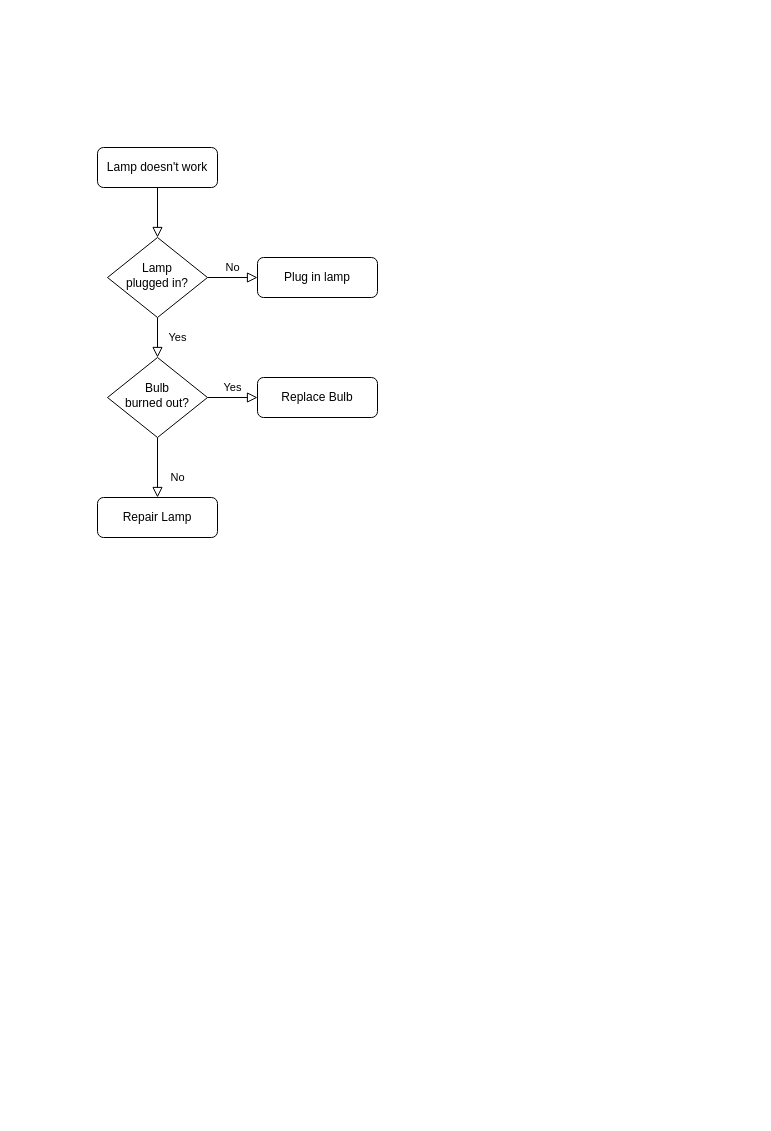
This is CarbSwapInsurance.drawio from Carbon-Labs/Diagrams, a draw.io file, before an edit. Source tidied: cells renumbered, new cells numbered last; positions are measured from the earlier drawing's top-left corner, leaving out a move shared by most shapes. Both pictures are drawn from the tidied source at 100%, with x=0, y=0 at pixel (97, 147).
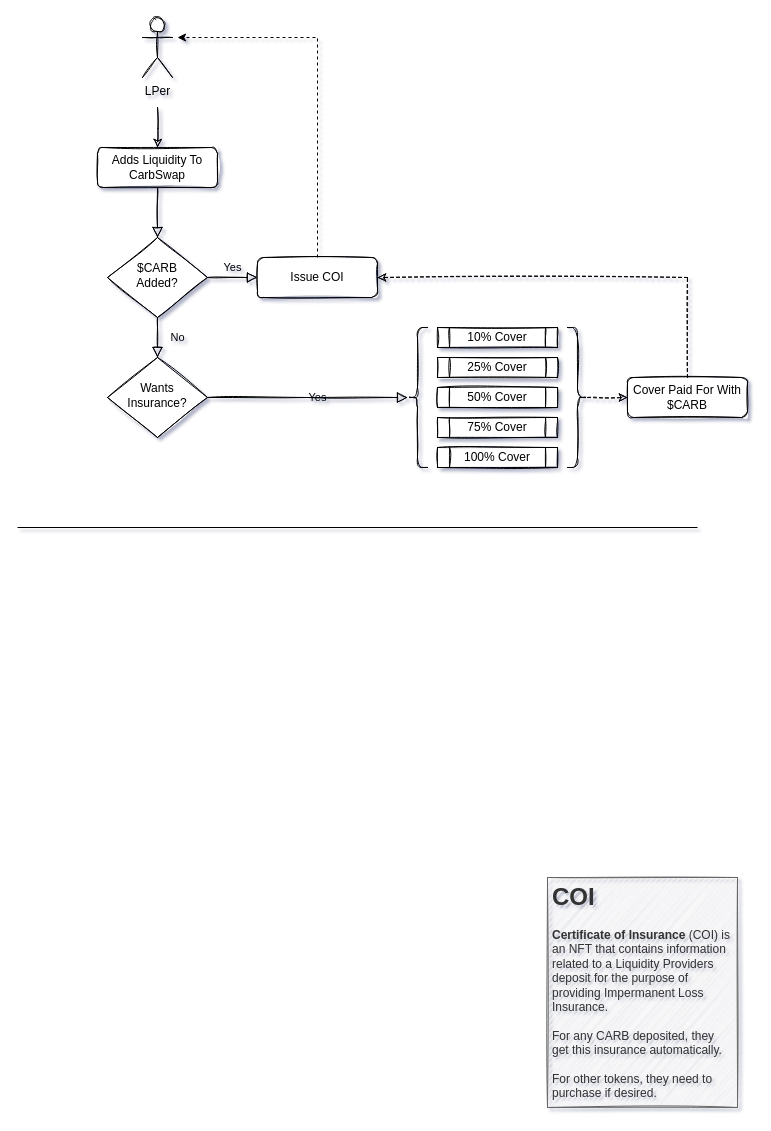
The same page after the edit.

Diff of the diagram source:
```diff
@@
-<mxGraphModel>
+<mxGraphModel shadow="1">
@@
-    <mxCell id="2" style="rounded=0;html=1;jettySize=auto;fontSize=11;endArrow=block;endFill=0;endSize=8;strokeWidth=1;shadow=0;labelBackgroundColor=none;edgeStyle=orthogonalEdgeStyle;" parent="1" edge="1" source="3" target="6">
+    <mxCell id="2" style="rounded=0;html=1;jettySize=auto;fontSize=11;endArrow=block;endFill=0;endSize=8;strokeWidth=1;shadow=0;labelBackgroundColor=none;edgeStyle=orthogonalEdgeStyle;sketch=1;" parent="1" edge="1" source="3" target="6">
       <mxGeometry relative="1" as="geometry" />
     </mxCell>
-    <mxCell id="3" value="Lamp doesn't work" style="rounded=1;whiteSpace=wrap;html=1;fontSize=12;glass=0;strokeWidth=1;shadow=0;" parent="1" vertex="1">
+    <mxCell id="3" value="Adds Liquidity To&lt;br&gt;CarbSwap" style="rounded=1;whiteSpace=wrap;html=1;fontSize=12;glass=0;strokeWidth=1;shadow=0;sketch=1;" parent="1" vertex="1">
       <mxGeometry width="120" height="40" as="geometry" />
     </mxCell>
-    <mxCell id="4" value="Yes" style="rounded=0;html=1;jettySize=auto;fontSize=11;endArrow=block;endFill=0;endSize=8;strokeWidth=1;shadow=0;labelBackgroundColor=none;edgeStyle=orthogonalEdgeStyle;" parent="1" edge="1" source="6" target="10">
+    <mxCell id="4" value="No" style="rounded=0;html=1;jettySize=auto;fontSize=11;endArrow=block;endFill=0;endSize=8;strokeWidth=1;shadow=0;labelBackgroundColor=none;edgeStyle=orthogonalEdgeStyle;sketch=1;" parent="1" edge="1" source="6" target="10">
       <mxGeometry y="20" relative="1" as="geometry" />
     </mxCell>
-    <mxCell id="5" value="No" style="edgeStyle=orthogonalEdgeStyle;rounded=0;html=1;jettySize=auto;fontSize=11;endArrow=block;endFill=0;endSize=8;strokeWidth=1;shadow=0;labelBackgroundColor=none;" parent="1" edge="1" source="6" target="7">
+    <mxCell id="5" value="Yes" style="edgeStyle=orthogonalEdgeStyle;rounded=0;html=1;jettySize=auto;fontSize=11;endArrow=block;endFill=0;endSize=8;strokeWidth=1;shadow=0;labelBackgroundColor=none;sketch=1;" parent="1" edge="1" source="6" target="7">
       <mxGeometry y="10" relative="1" as="geometry" />
     </mxCell>
-    <mxCell id="6" value="Lamp&lt;br&gt;plugged in?" style="rhombus;whiteSpace=wrap;html=1;shadow=0;fontFamily=Helvetica;fontSize=12;align=center;strokeWidth=1;spacing=6;spacingTop=-4;" parent="1" vertex="1">
+    <mxCell id="6" value="$CARB&lt;br&gt;Added?" style="rhombus;whiteSpace=wrap;html=1;shadow=0;fontFamily=Helvetica;fontSize=12;align=center;strokeWidth=1;spacing=6;spacingTop=-4;sketch=1;" parent="1" vertex="1">
       <mxGeometry x="10" y="90" width="100" height="80" as="geometry" />
     </mxCell>
+    <mxCell id="13" style="edgeStyle=orthogonalEdgeStyle;rounded=0;jettySize=auto;html=1;exitX=0.5;exitY=0;exitDx=0;exitDy=0;dashed=1;sketch=0;" parent="1" edge="1" source="7">
+      <mxGeometry relative="1" as="geometry">
+        <mxPoint x="80" y="-110" as="targetPoint" />
+        <Array as="points">
+          <mxPoint x="220" y="-110" />
+          <mxPoint x="80" y="-110" />
+        </Array>
+      </mxGeometry>
+    </mxCell>
-    <mxCell id="7" value="Plug in lamp" style="rounded=1;whiteSpace=wrap;html=1;fontSize=12;glass=0;strokeWidth=1;shadow=0;" parent="1" vertex="1">
+    <mxCell id="7" value="Issue COI" style="rounded=1;whiteSpace=wrap;html=1;fontSize=12;glass=0;strokeWidth=1;shadow=0;sketch=1;" parent="1" vertex="1">
       <mxGeometry x="160" y="110" width="120" height="40" as="geometry" />
     </mxCell>
-    <mxCell id="8" value="No" style="rounded=0;html=1;jettySize=auto;fontSize=11;endArrow=block;endFill=0;endSize=8;strokeWidth=1;shadow=0;labelBackgroundColor=none;edgeStyle=orthogonalEdgeStyle;" parent="1" edge="1" source="10" target="11">
-      <mxGeometry x="0.33" y="20" relative="1" as="geometry" />
-    </mxCell>
-    <mxCell id="9" value="Yes" style="edgeStyle=orthogonalEdgeStyle;rounded=0;html=1;jettySize=auto;fontSize=11;endArrow=block;endFill=0;endSize=8;strokeWidth=1;shadow=0;labelBackgroundColor=none;" parent="1" edge="1" source="10" target="12">
-      <mxGeometry y="10" relative="1" as="geometry" />
+    <mxCell id="9" value="Yes" style="edgeStyle=orthogonalEdgeStyle;rounded=0;html=1;jettySize=auto;fontSize=11;endArrow=block;endFill=0;endSize=8;strokeWidth=1;shadow=0;labelBackgroundColor=none;sketch=1;" parent="1" edge="1" source="10">
+      <mxGeometry y="10" relative="1" as="geometry">
+        <mxPoint x="310" y="250" as="targetPoint" />
+      </mxGeometry>
     </mxCell>
-    <mxCell id="10" value="Bulb&lt;br&gt;burned out?" style="rhombus;whiteSpace=wrap;html=1;shadow=0;fontFamily=Helvetica;fontSize=12;align=center;strokeWidth=1;spacing=6;spacingTop=-4;" parent="1" vertex="1">
+    <mxCell id="10" value="Wants Insurance?" style="rhombus;whiteSpace=wrap;html=1;shadow=0;fontFamily=Helvetica;fontSize=12;align=center;strokeWidth=1;spacing=6;spacingTop=-4;sketch=1;" parent="1" vertex="1">
       <mxGeometry x="10" y="210" width="100" height="80" as="geometry" />
     </mxCell>
-    <mxCell id="11" value="Repair Lamp" style="rounded=1;whiteSpace=wrap;html=1;fontSize=12;glass=0;strokeWidth=1;shadow=0;" parent="1" vertex="1">
-      <mxGeometry y="350" width="120" height="40" as="geometry" />
-    </mxCell>
-    <mxCell id="12" value="Replace Bulb" style="rounded=1;whiteSpace=wrap;html=1;fontSize=12;glass=0;strokeWidth=1;shadow=0;" parent="1" vertex="1">
-      <mxGeometry x="160" y="230" width="120" height="40" as="geometry" />
-    </mxCell>
+    <mxCell id="14" style="edgeStyle=orthogonalEdgeStyle;rounded=0;sketch=1;jettySize=auto;html=1;entryX=0.5;entryY=0;entryDx=0;entryDy=0;" parent="1" edge="1" target="3">
+      <mxGeometry relative="1" as="geometry">
+        <mxPoint x="60" y="-40" as="sourcePoint" />
+      </mxGeometry>
+    </mxCell>
+    <mxCell id="15" value="LPer" style="shape=umlActor;verticalLabelPosition=bottom;verticalAlign=top;html=1;sketch=1;" parent="1" vertex="1">
+      <mxGeometry x="45" y="-130" width="30" height="60" as="geometry" />
+    </mxCell>
+    <mxCell id="16" value="10% Cover" style="shape=process;whiteSpace=wrap;html=1;backgroundOutline=1;shadow=0;sketch=1;" parent="1" vertex="1">
+      <mxGeometry x="340" y="180" width="120" height="20" as="geometry" />
+    </mxCell>
+    <mxCell id="17" value="25% Cover" style="shape=process;whiteSpace=wrap;html=1;backgroundOutline=1;shadow=0;sketch=1;" parent="1" vertex="1">
+      <mxGeometry x="340" y="210" width="120" height="20" as="geometry" />
+    </mxCell>
+    <mxCell id="18" value="&lt;div&gt;50% Cover&lt;/div&gt;" style="shape=process;whiteSpace=wrap;html=1;backgroundOutline=1;shadow=0;sketch=1;" parent="1" vertex="1">
+      <mxGeometry x="340" y="240" width="120" height="20" as="geometry" />
+    </mxCell>
+    <mxCell id="19" value="75% Cover" style="shape=process;whiteSpace=wrap;html=1;backgroundOutline=1;shadow=0;sketch=1;" parent="1" vertex="1">
+      <mxGeometry x="340" y="270" width="120" height="20" as="geometry" />
+    </mxCell>
+    <mxCell id="20" value="100% Cover" style="shape=process;whiteSpace=wrap;html=1;backgroundOutline=1;shadow=0;sketch=1;" parent="1" vertex="1">
+      <mxGeometry x="340" y="300" width="120" height="20" as="geometry" />
+    </mxCell>
+    <mxCell id="21" style="shape=curlyBracket;whiteSpace=wrap;html=1;rounded=1;shadow=0;sketch=1;" parent="1" vertex="1">
+      <mxGeometry x="310" y="180" width="20" height="140" as="geometry" />
+    </mxCell>
+    <mxCell id="22" style="edgeStyle=orthogonalEdgeStyle;rounded=0;sketch=1;jettySize=auto;html=1;exitX=0.5;exitY=0;exitDx=0;exitDy=0;entryX=1;entryY=0.5;entryDx=0;entryDy=0;dashed=1;" parent="1" edge="1" source="23" target="7">
+      <mxGeometry relative="1" as="geometry" />
+    </mxCell>
+    <mxCell id="23" value="Cover Paid For With&lt;br&gt;$CARB" style="rounded=1;whiteSpace=wrap;html=1;fontSize=12;glass=0;strokeWidth=1;shadow=0;sketch=1;" parent="1" vertex="1">
+      <mxGeometry x="530" y="230" width="120" height="40" as="geometry" />
+    </mxCell>
+    <mxCell id="24" style="edgeStyle=orthogonalEdgeStyle;rounded=0;sketch=1;jettySize=auto;html=1;entryX=0;entryY=0.5;entryDx=0;entryDy=0;dashed=1;" parent="1" edge="1" source="25" target="23">
+      <mxGeometry relative="1" as="geometry" />
+    </mxCell>
+    <mxCell id="25" style="shape=curlyBracket;whiteSpace=wrap;html=1;rounded=1;flipH=1;shadow=0;sketch=1;" parent="1" vertex="1">
+      <mxGeometry x="470" y="180" width="20" height="140" as="geometry" />
+    </mxCell>
+    <mxCell id="26" value="&lt;h1&gt;COI&lt;/h1&gt;&lt;div&gt;&lt;b&gt;Certificate of Insurance&lt;/b&gt; (COI) is an NFT that contains information related to a Liquidity Providers deposit for the purpose of providing Impermanent Loss Insurance.&lt;/div&gt;&lt;div&gt;&lt;br&gt;&lt;/div&gt;&lt;div&gt;For any CARB deposited, they get this insurance automatically.&lt;br&gt;&lt;br&gt;For other tokens, they need to purchase if desired.&lt;br&gt;&lt;/div&gt;" style="text;html=1;fillColor=#f5f5f5;spacing=5;spacingTop=-20;whiteSpace=wrap;overflow=hidden;rounded=0;shadow=0;sketch=1;strokeColor=#666666;fontColor=#333333;" parent="1" vertex="1">
+      <mxGeometry x="450" y="730" width="190" height="230" as="geometry" />
+    </mxCell>
+    <mxCell id="27" style="endArrow=none;html=1;" parent="1" edge="1">
+      <mxGeometry relative="1" as="geometry">
+        <mxPoint x="-80" y="380" as="sourcePoint" />
+        <mxPoint x="600" y="380" as="targetPoint" />
+      </mxGeometry>
+    </mxCell>
```
